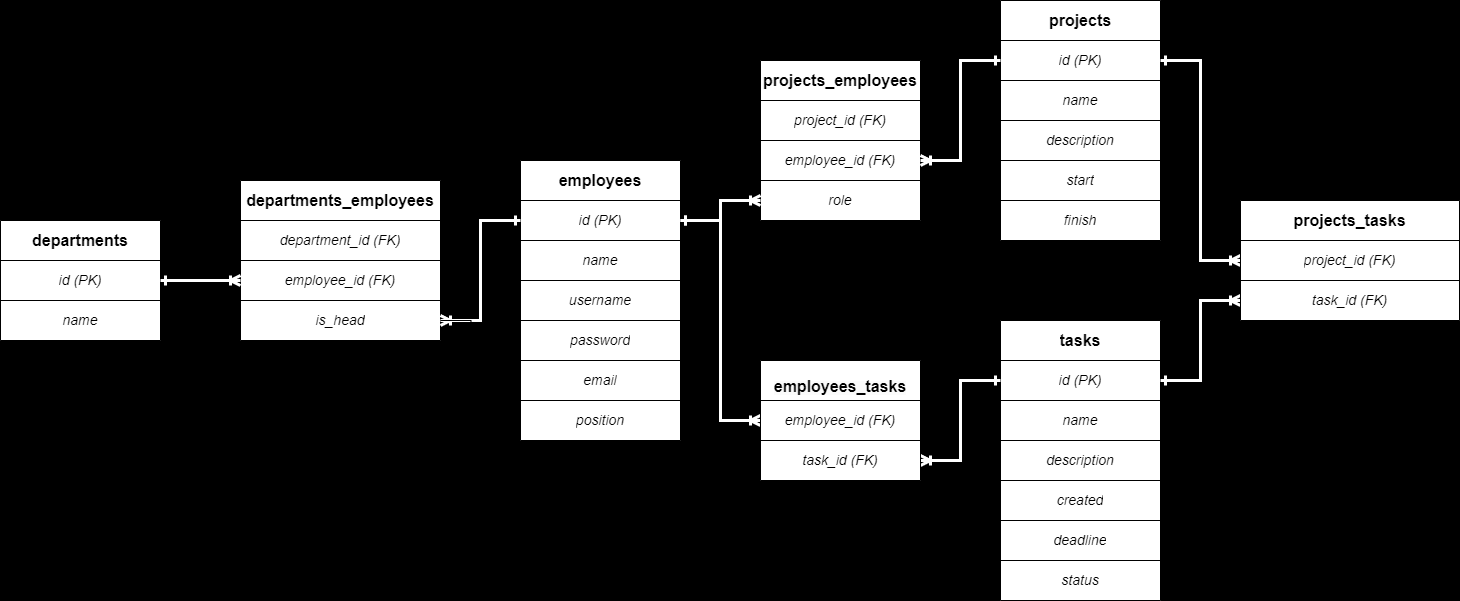
Above: schema.png in robertazizyan/python_ems (draw.io), before the change. Source tidied: cells renumbered, new cells last; positions are measured from the earlier drawing's top-left corner, leaving out a move shared by most shapes.
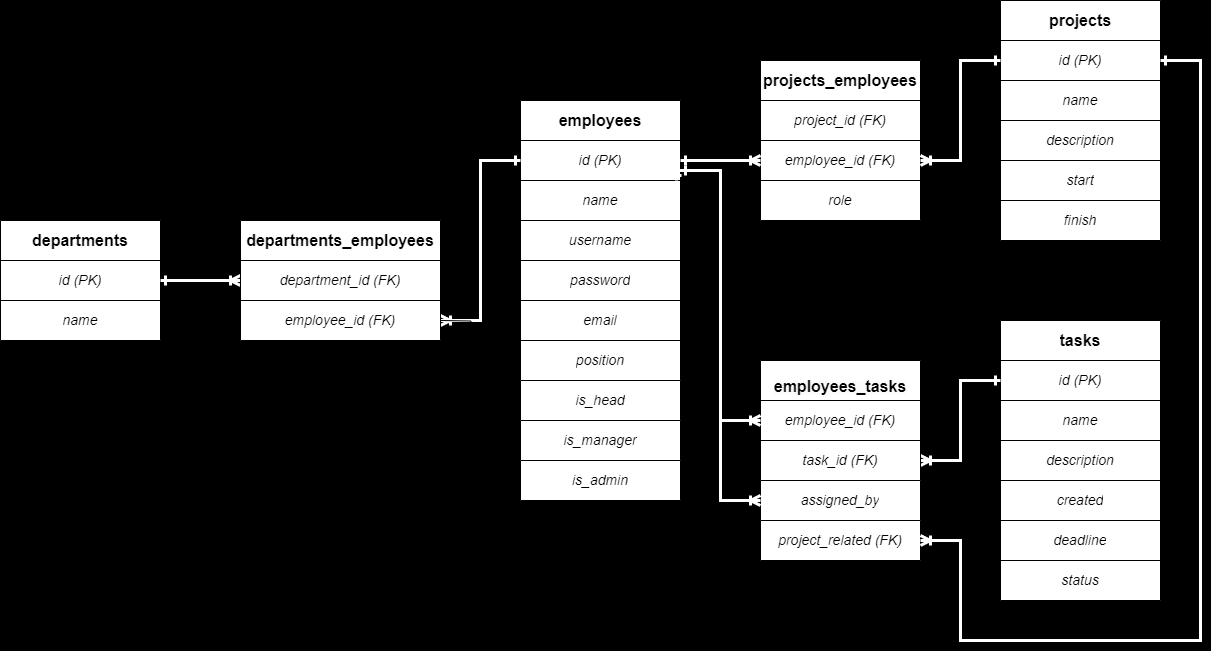
After the commit.

Commit message:
Updated schema and procedures, separated procedures into different classes

Change to the diagram source:
```diff
@@ -24,7 +24,7 @@
       <mxGeometry width="160" height="40" as="geometry" />
     </mxCell>
     <mxCell id="9" style="shape=table;startSize=0;" parent="1" vertex="1">
-      <mxGeometry x="520" y="160" width="160" height="280" as="geometry" />
+      <mxGeometry x="520" y="100" width="160" height="280" as="geometry" />
     </mxCell>
     <mxCell id="10" style="shape=tableRow;horizontal=0;startSize=0;swimlaneHead=0;swimlaneBody=0;strokeColor=inherit;top=0;left=0;bottom=0;right=0;fillColor=none;" parent="9" vertex="1">
       <mxGeometry width="160" height="40" as="geometry" />
@@ -68,33 +68,6 @@
     <mxCell id="23" value="position" style="shape=partialRectangle;html=1;whiteSpace=wrap;strokeColor=inherit;overflow=hidden;fillColor=none;top=0;left=0;bottom=0;right=0;fontSize=14;fontStyle=2;" parent="22" vertex="1">
       <mxGeometry width="160" height="40" as="geometry" />
     </mxCell>
-    <mxCell id="24" style="shape=table;startSize=0;" parent="1" vertex="1">
-      <mxGeometry x="240" y="180" width="200" height="160" as="geometry" />
-    </mxCell>
-    <mxCell id="25" style="shape=tableRow;horizontal=0;startSize=0;swimlaneHead=0;swimlaneBody=0;strokeColor=inherit;top=0;left=0;bottom=0;right=0;fillColor=none;" parent="24" vertex="1">
-      <mxGeometry width="200" height="40" as="geometry" />
-    </mxCell>
-    <mxCell id="26" value="&lt;font style=&quot;font-size: 16px;&quot;&gt;&lt;b&gt;departments_employees&lt;/b&gt;&lt;/font&gt;" style="shape=partialRectangle;html=1;whiteSpace=wrap;strokeColor=inherit;overflow=hidden;fillColor=none;top=0;left=0;bottom=0;right=0;" parent="25" vertex="1">
-      <mxGeometry width="200" height="40" as="geometry" />
-    </mxCell>
-    <mxCell id="27" style="shape=tableRow;horizontal=0;startSize=0;swimlaneHead=0;swimlaneBody=0;strokeColor=inherit;top=0;left=0;bottom=0;right=0;fillColor=none;points=[[0,0.5],[1,0.5]];portConstraint=eastwest;" parent="24" vertex="1">
-      <mxGeometry y="40" width="200" height="40" as="geometry" />
-    </mxCell>
-    <mxCell id="28" value="department_id (FK)" style="shape=partialRectangle;html=1;whiteSpace=wrap;strokeColor=inherit;overflow=hidden;fillColor=none;top=0;left=0;bottom=0;right=0;fontSize=14;fontStyle=2;" parent="27" vertex="1">
-      <mxGeometry width="200" height="40" as="geometry" />
-    </mxCell>
-    <mxCell id="29" style="shape=tableRow;horizontal=0;startSize=0;swimlaneHead=0;swimlaneBody=0;strokeColor=inherit;top=0;left=0;bottom=0;right=0;fillColor=none;points=[[0,0.5],[1,0.5]];portConstraint=eastwest;" parent="24" vertex="1">
-      <mxGeometry y="80" width="200" height="40" as="geometry" />
-    </mxCell>
-    <mxCell id="30" value="employee_id (FK)" style="shape=partialRectangle;html=1;whiteSpace=wrap;strokeColor=inherit;overflow=hidden;fillColor=none;top=0;left=0;bottom=0;right=0;fontSize=14;fontStyle=2;" parent="29" vertex="1">
-      <mxGeometry width="200" height="40" as="geometry" />
-    </mxCell>
-    <mxCell id="31" style="shape=tableRow;horizontal=0;startSize=0;swimlaneHead=0;swimlaneBody=0;strokeColor=inherit;top=0;left=0;bottom=0;right=0;fillColor=none;points=[[0,0.5],[1,0.5]];portConstraint=eastwest;" parent="24" vertex="1">
-      <mxGeometry y="120" width="200" height="40" as="geometry" />
-    </mxCell>
-    <mxCell id="32" value="&lt;i style=&quot;border-color: var(--border-color);&quot;&gt;is_head&lt;/i&gt;" style="shape=partialRectangle;html=1;whiteSpace=wrap;strokeColor=inherit;overflow=hidden;fillColor=none;top=0;left=0;bottom=0;right=0;fontSize=14;fontStyle=2;" parent="31" vertex="1">
-      <mxGeometry width="200" height="40" as="geometry" />
-    </mxCell>
     <mxCell id="33" style="shape=table;startSize=0;" parent="1" vertex="1">
       <mxGeometry x="1000" width="160" height="240" as="geometry" />
     </mxCell>
@@ -206,29 +179,23 @@
     <mxCell id="69" value="status" style="shape=partialRectangle;html=1;whiteSpace=wrap;strokeColor=inherit;overflow=hidden;fillColor=none;top=0;left=0;bottom=0;right=0;fontSize=14;fontStyle=2;" parent="68" vertex="1">
       <mxGeometry width="160" height="40" as="geometry" />
     </mxCell>
-    <mxCell id="70" style="edgeStyle=orthogonalEdgeStyle;rounded=0;jettySize=auto;html=1;exitX=1;exitY=0.5;exitDx=0;exitDy=0;entryX=0;entryY=0.5;entryDx=0;entryDy=0;endArrow=ERoneToMany;endFill=0;spacing=16;fontSize=21;strokeWidth=3;strokeColor=#FFFFFF;startArrow=ERone;startFill=0;" parent="1" edge="1" source="5" target="29">
+    <mxCell id="70" style="edgeStyle=orthogonalEdgeStyle;rounded=0;jettySize=auto;html=1;exitX=1;exitY=0.5;exitDx=0;exitDy=0;entryX=0;entryY=0.5;entryDx=0;entryDy=0;endArrow=ERoneToMany;endFill=0;spacing=16;fontSize=21;strokeWidth=3;strokeColor=#FFFFFF;startArrow=ERone;startFill=0;" parent="1" edge="1" source="5" target="27">
       <mxGeometry relative="1" as="geometry" />
     </mxCell>
-    <mxCell id="71" style="edgeStyle=orthogonalEdgeStyle;rounded=0;jettySize=auto;html=1;exitX=0;exitY=0.5;exitDx=0;exitDy=0;entryX=1;entryY=0.5;entryDx=0;entryDy=0;endArrow=ERoneToMany;endFill=0;spacing=16;fontSize=21;strokeWidth=3;strokeColor=#FFFFFF;startArrow=ERone;startFill=0;" parent="1" edge="1" source="12" target="31">
+    <mxCell id="71" style="edgeStyle=orthogonalEdgeStyle;rounded=0;jettySize=auto;html=1;exitX=0;exitY=0.5;exitDx=0;exitDy=0;entryX=1;entryY=0.5;entryDx=0;entryDy=0;endArrow=ERoneToMany;endFill=0;spacing=16;fontSize=21;strokeWidth=3;strokeColor=#FFFFFF;startArrow=ERone;startFill=0;" parent="1" edge="1" source="12" target="29">
       <mxGeometry relative="1" as="geometry" />
     </mxCell>
-    <mxCell id="72" style="edgeStyle=orthogonalEdgeStyle;rounded=0;jettySize=auto;html=1;exitX=1;exitY=0.5;exitDx=0;exitDy=0;entryX=0;entryY=0.5;entryDx=0;entryDy=0;endArrow=ERoneToMany;endFill=0;spacing=16;fontSize=21;strokeWidth=3;strokeColor=#FFFFFF;startArrow=ERone;startFill=0;" parent="1" edge="1" source="12" target="53">
-      <mxGeometry relative="1" as="geometry" />
+    <mxCell id="72" style="edgeStyle=orthogonalEdgeStyle;rounded=0;jettySize=auto;html=1;endArrow=ERoneToMany;endFill=0;spacing=16;fontSize=21;strokeWidth=3;strokeColor=#FFFFFF;startArrow=ERone;startFill=0;exitX=1;exitY=0.5;exitDx=0;exitDy=0;entryX=0;entryY=0.5;entryDx=0;entryDy=0;" parent="1" edge="1" source="12" target="51">
+      <mxGeometry relative="1" as="geometry">
+        <Array as="points">
+          <mxPoint x="700" y="160" />
+          <mxPoint x="700" y="160" />
+        </Array>
+      </mxGeometry>
     </mxCell>
     <mxCell id="73" style="edgeStyle=orthogonalEdgeStyle;rounded=0;jettySize=auto;html=1;exitX=0;exitY=0.5;exitDx=0;exitDy=0;entryX=1;entryY=0.5;entryDx=0;entryDy=0;endArrow=ERoneToMany;endFill=0;spacing=16;fontSize=21;strokeWidth=3;strokeColor=#FFFFFF;startArrow=ERone;startFill=0;" parent="1" edge="1" source="36" target="51">
       <mxGeometry relative="1" as="geometry" />
     </mxCell>
-    <mxCell id="74" style="edgeStyle=orthogonalEdgeStyle;rounded=0;jettySize=auto;html=1;exitX=1;exitY=0.5;exitDx=0;exitDy=0;endArrow=ERoneToMany;endFill=0;spacing=16;fontSize=21;strokeWidth=3;strokeColor=#FFFFFF;startArrow=ERone;startFill=0;entryX=0;entryY=0.5;entryDx=0;entryDy=0;" parent="1" edge="1" source="36" target="89">
-      <mxGeometry relative="1" as="geometry">
-        <Array as="points">
-          <mxPoint x="1200" y="60" />
-          <mxPoint x="1200" y="260" />
-        </Array>
-      </mxGeometry>
-    </mxCell>
-    <mxCell id="75" style="edgeStyle=orthogonalEdgeStyle;rounded=0;jettySize=auto;html=1;exitX=1;exitY=0.5;exitDx=0;exitDy=0;endArrow=ERoneToMany;endFill=0;spacing=16;fontSize=21;strokeWidth=3;strokeColor=#FFFFFF;startArrow=ERone;startFill=0;entryX=0;entryY=0.5;entryDx=0;entryDy=0;" parent="1" edge="1" source="58" target="91">
-      <mxGeometry relative="1" as="geometry" />
-    </mxCell>
     <mxCell id="76" style="edgeStyle=orthogonalEdgeStyle;rounded=0;jettySize=auto;html=1;exitX=0;exitY=0.5;exitDx=0;exitDy=0;endArrow=ERoneToMany;endFill=0;spacing=16;fontSize=21;strokeWidth=3;strokeColor=#FFFFFF;startArrow=ERone;startFill=0;entryX=1;entryY=0.5;entryDx=0;entryDy=0;" parent="1" edge="1" source="58" target="84">
       <mxGeometry relative="1" as="geometry">
         <Array as="points">
@@ -237,16 +204,9 @@
         </Array>
       </mxGeometry>
     </mxCell>
-    <mxCell id="77" style="edgeStyle=orthogonalEdgeStyle;rounded=0;jettySize=auto;html=1;exitX=1;exitY=0.5;exitDx=0;exitDy=0;entryX=0;entryY=0.5;entryDx=0;entryDy=0;endArrow=ERoneToMany;endFill=0;spacing=16;fontSize=21;strokeWidth=3;strokeColor=#FFFFFF;startArrow=ERone;startFill=0;" parent="1" edge="1" source="12" target="82">
-      <mxGeometry relative="1" as="geometry">
-        <Array as="points">
-          <mxPoint x="720" y="220" />
-          <mxPoint x="720" y="420" />
-        </Array>
-      </mxGeometry>
-    </mxCell>
-    <mxCell id="78" style="edgeStyle=orthogonalEdgeStyle;rounded=0;jettySize=auto;html=1;" parent="1" edge="1" source="31">
+    <mxCell id="78" style="edgeStyle=orthogonalEdgeStyle;rounded=0;orthogonalLoop=1;jettySize=auto;html=1;" parent="1" edge="1">
       <mxGeometry relative="1" as="geometry">
+        <mxPoint x="440" y="320" as="sourcePoint" />
         <mxPoint x="470" y="410" as="targetPoint" />
       </mxGeometry>
     </mxCell>
@@ -271,26 +231,102 @@
     <mxCell id="85" value="task_id (FK)" style="shape=partialRectangle;html=1;whiteSpace=wrap;strokeColor=inherit;overflow=hidden;fillColor=none;top=0;left=0;bottom=0;right=0;fontSize=14;fontStyle=2;" parent="84" vertex="1">
       <mxGeometry width="160" height="40" as="geometry" />
     </mxCell>
-    <mxCell id="86" style="shape=table;startSize=0;" parent="1" vertex="1">
-      <mxGeometry x="1240" y="200" width="219" height="120" as="geometry" />
-    </mxCell>
-    <mxCell id="87" style="shape=tableRow;horizontal=0;startSize=0;swimlaneHead=0;swimlaneBody=0;strokeColor=inherit;top=0;left=0;bottom=0;right=0;fillColor=none;" parent="86" vertex="1">
-      <mxGeometry width="219" height="40" as="geometry" />
-    </mxCell>
-    <mxCell id="88" value="&lt;b style=&quot;border-color: var(--border-color);&quot;&gt;&lt;font style=&quot;border-color: var(--border-color); font-size: 16px;&quot;&gt;projects_tasks&lt;/font&gt;&lt;/b&gt;" style="shape=partialRectangle;html=1;whiteSpace=wrap;strokeColor=inherit;overflow=hidden;fillColor=none;top=0;left=0;bottom=0;right=0;" parent="87" vertex="1">
-      <mxGeometry width="219" height="40" as="geometry" />
-    </mxCell>
-    <mxCell id="89" style="shape=tableRow;horizontal=0;startSize=0;swimlaneHead=0;swimlaneBody=0;strokeColor=inherit;top=0;left=0;bottom=0;right=0;fillColor=none;points=[[0,0.5],[1,0.5]];portConstraint=eastwest;" parent="86" vertex="1">
-      <mxGeometry y="40" width="219" height="40" as="geometry" />
-    </mxCell>
-    <mxCell id="90" value="&lt;i&gt;&lt;font style=&quot;font-size: 14px;&quot;&gt;project_id (FK)&lt;/font&gt;&lt;/i&gt;" style="shape=partialRectangle;html=1;whiteSpace=wrap;strokeColor=inherit;overflow=hidden;fillColor=none;top=0;left=0;bottom=0;right=0;" parent="89" vertex="1">
-      <mxGeometry width="219" height="40" as="geometry" />
-    </mxCell>
-    <mxCell id="91" style="shape=tableRow;horizontal=0;startSize=0;swimlaneHead=0;swimlaneBody=0;strokeColor=inherit;top=0;left=0;bottom=0;right=0;fillColor=none;points=[[0,0.5],[1,0.5]];portConstraint=eastwest;" parent="86" vertex="1">
-      <mxGeometry y="80" width="219" height="40" as="geometry" />
-    </mxCell>
-    <mxCell id="92" value="&lt;i&gt;&lt;font style=&quot;font-size: 14px;&quot;&gt;task_id (FK)&lt;/font&gt;&lt;/i&gt;" style="shape=partialRectangle;html=1;whiteSpace=wrap;strokeColor=inherit;overflow=hidden;fillColor=none;top=0;left=0;bottom=0;right=0;" parent="91" vertex="1">
-      <mxGeometry width="219" height="40" as="geometry" />
-    </mxCell>
+    <mxCell id="93" style="shape=table;startSize=0;" parent="1" vertex="1">
+      <mxGeometry x="520" y="420" width="160" height="40" as="geometry" />
+    </mxCell>
+    <mxCell id="94" style="shape=tableRow;horizontal=0;startSize=0;swimlaneHead=0;swimlaneBody=0;strokeColor=inherit;top=0;left=0;bottom=0;right=0;fillColor=none;" parent="93" vertex="1">
+      <mxGeometry width="160" height="40" as="geometry" />
+    </mxCell>
+    <mxCell id="95" value="&lt;font size=&quot;1&quot;&gt;&lt;i style=&quot;font-size: 14px;&quot;&gt;is_manager&lt;/i&gt;&lt;/font&gt;" style="shape=partialRectangle;html=1;whiteSpace=wrap;strokeColor=inherit;overflow=hidden;fillColor=none;top=0;left=0;bottom=0;right=0;" parent="94" vertex="1">
+      <mxGeometry width="160" height="40" as="geometry" />
+    </mxCell>
+    <mxCell id="96" style="shape=table;startSize=0;" parent="1" vertex="1">
+      <mxGeometry x="760" y="520" width="160" height="40" as="geometry" />
+    </mxCell>
+    <mxCell id="97" style="shape=tableRow;horizontal=0;startSize=0;swimlaneHead=0;swimlaneBody=0;strokeColor=inherit;top=0;left=0;bottom=0;right=0;fillColor=none;" parent="96" vertex="1">
+      <mxGeometry width="160" height="40" as="geometry" />
+    </mxCell>
+    <mxCell id="98" value="&lt;i&gt;&lt;font style=&quot;font-size: 14px;&quot;&gt;project_related (FK)&lt;/font&gt;&lt;/i&gt;" style="shape=partialRectangle;html=1;whiteSpace=wrap;strokeColor=inherit;overflow=hidden;fillColor=none;top=0;left=0;bottom=0;right=0;" parent="97" vertex="1">
+      <mxGeometry width="160" height="40" as="geometry" />
+    </mxCell>
+    <mxCell id="99" style="edgeStyle=orthogonalEdgeStyle;rounded=0;orthogonalLoop=1;jettySize=auto;html=1;endArrow=ERoneToMany;endFill=0;spacing=16;fontSize=21;strokeWidth=3;strokeColor=#FFFFFF;startArrow=ERone;startFill=0;" parent="1" edge="1">
+      <mxGeometry relative="1" as="geometry">
+        <mxPoint x="1160" y="60" as="sourcePoint" />
+        <mxPoint x="920" y="540" as="targetPoint" />
+        <Array as="points">
+          <mxPoint x="1200" y="60" />
+          <mxPoint x="1200" y="640" />
+          <mxPoint x="960" y="640" />
+          <mxPoint x="960" y="540" />
+        </Array>
+      </mxGeometry>
+    </mxCell>
+    <mxCell id="100" style="shape=table;startSize=0;" parent="1" vertex="1">
+      <mxGeometry x="240" y="220" width="200" height="120" as="geometry" />
+    </mxCell>
+    <mxCell id="25" style="shape=tableRow;horizontal=0;startSize=0;swimlaneHead=0;swimlaneBody=0;strokeColor=inherit;top=0;left=0;bottom=0;right=0;fillColor=none;" parent="100" vertex="1">
+      <mxGeometry width="200" height="40" as="geometry" />
+    </mxCell>
+    <mxCell id="26" value="&lt;b style=&quot;border-color: var(--border-color); font-size: 16px;&quot;&gt;departments_employees&lt;/b&gt;" style="shape=partialRectangle;html=1;whiteSpace=wrap;strokeColor=inherit;overflow=hidden;fillColor=none;top=0;left=0;bottom=0;right=0;" parent="25" vertex="1">
+      <mxGeometry width="200" height="40" as="geometry" />
+    </mxCell>
+    <mxCell id="27" style="shape=tableRow;horizontal=0;startSize=0;swimlaneHead=0;swimlaneBody=0;strokeColor=inherit;top=0;left=0;bottom=0;right=0;fillColor=none;points=[[0,0.5],[1,0.5]];portConstraint=eastwest;" parent="100" vertex="1">
+      <mxGeometry y="40" width="200" height="40" as="geometry" />
+    </mxCell>
+    <mxCell id="28" value="&lt;font style=&quot;font-size: 14px;&quot;&gt;&lt;i&gt;department_id (FK)&lt;/i&gt;&lt;/font&gt;" style="shape=partialRectangle;html=1;whiteSpace=wrap;strokeColor=inherit;overflow=hidden;fillColor=none;top=0;left=0;bottom=0;right=0;" parent="27" vertex="1">
+      <mxGeometry width="200" height="40" as="geometry" />
+    </mxCell>
+    <mxCell id="29" style="shape=tableRow;horizontal=0;startSize=0;swimlaneHead=0;swimlaneBody=0;strokeColor=inherit;top=0;left=0;bottom=0;right=0;fillColor=none;points=[[0,0.5],[1,0.5]];portConstraint=eastwest;" parent="100" vertex="1">
+      <mxGeometry y="80" width="200" height="40" as="geometry" />
+    </mxCell>
+    <mxCell id="30" value="&lt;i&gt;&lt;font style=&quot;font-size: 14px;&quot;&gt;employee_id (FK)&lt;/font&gt;&lt;/i&gt;" style="shape=partialRectangle;html=1;whiteSpace=wrap;strokeColor=inherit;overflow=hidden;fillColor=none;top=0;left=0;bottom=0;right=0;" parent="29" vertex="1">
+      <mxGeometry width="200" height="40" as="geometry" />
+    </mxCell>
+    <mxCell id="101" style="shape=table;startSize=0;" parent="1" vertex="1">
+      <mxGeometry x="520" y="380" width="160" height="40" as="geometry" />
+    </mxCell>
+    <mxCell id="102" style="shape=tableRow;horizontal=0;startSize=0;swimlaneHead=0;swimlaneBody=0;strokeColor=inherit;top=0;left=0;bottom=0;right=0;fillColor=none;" parent="101" vertex="1">
+      <mxGeometry width="160" height="40" as="geometry" />
+    </mxCell>
+    <mxCell id="32" value="&lt;span style=&quot;font-size: 14px;&quot;&gt;&lt;i&gt;is_head&lt;/i&gt;&lt;/span&gt;" style="shape=partialRectangle;html=1;whiteSpace=wrap;strokeColor=inherit;overflow=hidden;fillColor=none;top=0;left=0;bottom=0;right=0;" parent="102" vertex="1">
+      <mxGeometry width="160" height="40" as="geometry" />
+    </mxCell>
+    <mxCell id="103" style="edgeStyle=orthogonalEdgeStyle;rounded=0;jettySize=auto;html=1;endArrow=ERoneToMany;endFill=0;spacing=16;fontSize=21;strokeWidth=3;strokeColor=#FFFFFF;startArrow=ERone;startFill=0;entryX=0;entryY=0.5;entryDx=0;entryDy=0;" parent="1" edge="1" target="82">
+      <mxGeometry relative="1" as="geometry">
+        <mxPoint x="680" y="170" as="sourcePoint" />
+        <Array as="points">
+          <mxPoint x="680" y="170" />
+          <mxPoint x="720" y="170" />
+          <mxPoint x="720" y="420" />
+        </Array>
+      </mxGeometry>
+    </mxCell>
+    <mxCell id="104" style="shape=table;startSize=0;" parent="1" vertex="1">
+      <mxGeometry x="520" y="460" width="160" height="40" as="geometry" />
+    </mxCell>
+    <mxCell id="105" style="shape=tableRow;horizontal=0;startSize=0;swimlaneHead=0;swimlaneBody=0;strokeColor=inherit;top=0;left=0;bottom=0;right=0;fillColor=none;" parent="104" vertex="1">
+      <mxGeometry width="160" height="40" as="geometry" />
+    </mxCell>
+    <mxCell id="106" value="&lt;font size=&quot;1&quot;&gt;&lt;i style=&quot;font-size: 14px;&quot;&gt;is_admin&lt;/i&gt;&lt;/font&gt;" style="shape=partialRectangle;html=1;whiteSpace=wrap;strokeColor=inherit;overflow=hidden;fillColor=none;top=0;left=0;bottom=0;right=0;" parent="105" vertex="1">
+      <mxGeometry width="160" height="40" as="geometry" />
+    </mxCell>
+    <mxCell id="107" style="shape=table;startSize=0;" parent="1" vertex="1">
+      <mxGeometry x="760" y="480" width="160" height="40" as="geometry" />
+    </mxCell>
+    <mxCell id="108" style="shape=tableRow;horizontal=0;startSize=0;swimlaneHead=0;swimlaneBody=0;strokeColor=inherit;top=0;left=0;bottom=0;right=0;fillColor=none;points=[[0,0.5],[1,0.5]];portConstraint=eastwest;" parent="107" vertex="1">
+      <mxGeometry width="160" height="40" as="geometry" />
+    </mxCell>
+    <mxCell id="109" value="&lt;font size=&quot;1&quot;&gt;&lt;i style=&quot;font-size: 14px;&quot;&gt;assigned_by&lt;/i&gt;&lt;/font&gt;" style="shape=partialRectangle;html=1;whiteSpace=wrap;strokeColor=inherit;overflow=hidden;fillColor=none;top=0;left=0;bottom=0;right=0;" parent="108" vertex="1">
+      <mxGeometry width="160" height="40" as="geometry" />
+    </mxCell>
+    <mxCell id="110" style="edgeStyle=orthogonalEdgeStyle;rounded=0;jettySize=auto;html=1;endArrow=ERoneToMany;endFill=0;spacing=16;fontSize=21;strokeWidth=3;strokeColor=#FFFFFF;startArrow=ERone;startFill=0;entryX=0;entryY=0.5;entryDx=0;entryDy=0;exitX=0.975;exitY=0;exitDx=0;exitDy=0;exitPerimeter=0;" parent="1" edge="1" source="14" target="108">
+      <mxGeometry relative="1" as="geometry">
+        <Array as="points">
+          <mxPoint x="676" y="170" />
+          <mxPoint x="720" y="170" />
+          <mxPoint x="720" y="500" />
+        </Array>
+      </mxGeometry>
+    </mxCell>
   </root>
 </mxGraphModel>
```
